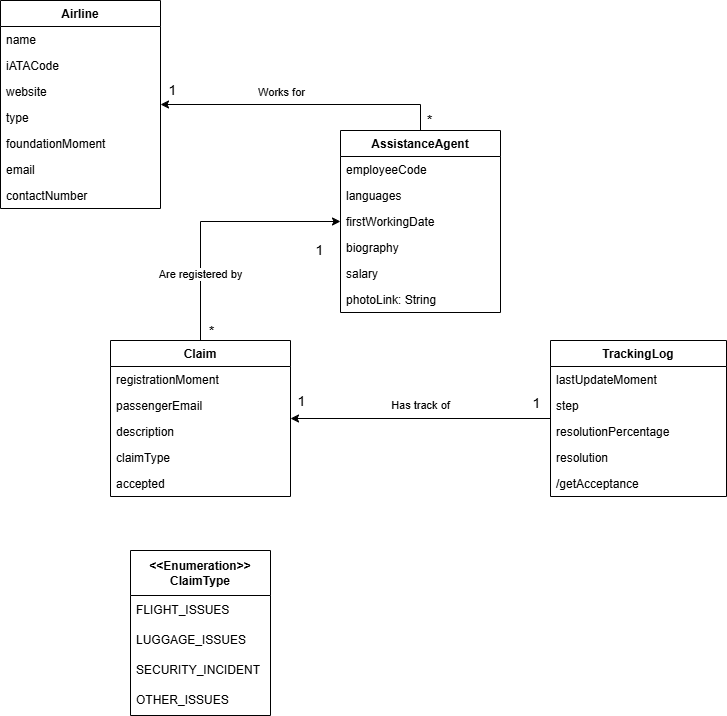
Above: reports/Student #4/D02/ACME UML Studen #4.png in FranciscoFernandezN/Acme-ANS (draw.io), before the change. Source tidied: cells renumbered, new cells last; positions are measured from the earlier drawing's top-left corner, leaving out a move shared by most shapes. The source it was exported from:
```xml
<mxGraphModel>
  <root>
    <mxCell id="0" />
    <mxCell id="1" parent="0" />
    <mxCell id="2" style="edgeStyle=orthogonalEdgeStyle;rounded=0;jettySize=auto;html=1;exitX=0.5;exitY=0;exitDx=0;exitDy=0;" parent="1" edge="1" source="10" target="38">
      <mxGeometry relative="1" as="geometry" />
    </mxCell>
    <mxCell id="3" value="&lt;font style=&quot;font-size: 14px;&quot;&gt;*&lt;/font&gt;" style="edgeLabel;html=1;align=center;verticalAlign=middle;" parent="2" vertex="1">
      <mxGeometry x="-0.92" y="-1" relative="1" as="geometry">
        <mxPoint x="7" y="1" as="offset" />
      </mxGeometry>
    </mxCell>
    <mxCell id="4" value="&lt;font style=&quot;font-size: 14px;&quot;&gt;1&lt;/font&gt;" style="edgeLabel;html=1;align=center;verticalAlign=middle;" parent="2" vertex="1">
      <mxGeometry x="0.92" y="1" relative="1" as="geometry">
        <mxPoint y="-16" as="offset" />
      </mxGeometry>
    </mxCell>
    <mxCell id="5" value="&lt;font style=&quot;font-size: 14px;&quot;&gt;*&lt;/font&gt;" style="edgeLabel;html=1;align=center;verticalAlign=middle;" parent="2" vertex="1">
      <mxGeometry x="-0.92" y="-1" relative="1" as="geometry">
        <mxPoint x="-211" y="212" as="offset" />
      </mxGeometry>
    </mxCell>
    <mxCell id="6" value="&lt;font style=&quot;font-size: 14px;&quot;&gt;1&lt;/font&gt;" style="edgeLabel;html=1;align=center;verticalAlign=middle;" parent="2" vertex="1">
      <mxGeometry x="0.92" y="1" relative="1" as="geometry">
        <mxPoint x="147" y="144" as="offset" />
      </mxGeometry>
    </mxCell>
    <mxCell id="7" value="&lt;font style=&quot;font-size: 14px;&quot;&gt;1&lt;/font&gt;" style="edgeLabel;html=1;align=center;verticalAlign=middle;" parent="2" vertex="1">
      <mxGeometry x="0.92" y="1" relative="1" as="geometry">
        <mxPoint x="129" y="295" as="offset" />
      </mxGeometry>
    </mxCell>
    <mxCell id="8" value="&lt;font style=&quot;font-size: 14px;&quot;&gt;1&lt;/font&gt;" style="edgeLabel;html=1;align=center;verticalAlign=middle;" parent="2" vertex="1">
      <mxGeometry x="0.92" y="1" relative="1" as="geometry">
        <mxPoint x="364" y="297" as="offset" />
      </mxGeometry>
    </mxCell>
    <mxCell id="9" value="Works for" style="edgeLabel;html=1;align=center;verticalAlign=middle;" parent="2" vertex="1">
      <mxGeometry x="0.2" relative="1" as="geometry">
        <mxPoint x="5" y="-13" as="offset" />
      </mxGeometry>
    </mxCell>
    <mxCell id="10" value="AssistanceAgent" style="swimlane;fontStyle=1;align=center;verticalAlign=top;horizontal=1;startSize=26;rounded=0;shadow=0;strokeWidth=1;fillColor=none;" parent="1" vertex="1">
      <mxGeometry x="340" y="130" width="160" height="182" as="geometry" />
    </mxCell>
    <mxCell id="11" value="employeeCode" style="text;align=left;verticalAlign=top;spacingLeft=4;spacingRight=4;overflow=hidden;fillColor=none;fontStyle=0;" parent="10" vertex="1">
      <mxGeometry y="26" width="160" height="26" as="geometry" />
    </mxCell>
    <mxCell id="12" value="languages" style="text;align=left;verticalAlign=top;spacingLeft=4;spacingRight=4;overflow=hidden;rounded=0;shadow=0;html=0;fillColor=none;fontStyle=0;" parent="10" vertex="1">
      <mxGeometry y="52" width="160" height="26" as="geometry" />
    </mxCell>
    <mxCell id="13" value="firstWorkingDate" style="text;align=left;verticalAlign=top;spacingLeft=4;spacingRight=4;overflow=hidden;points=[[0,0.5],[1,0.5]];portConstraint=eastwest;rounded=0;shadow=0;html=0;fillColor=none;" parent="10" vertex="1">
      <mxGeometry y="78" width="160" height="26" as="geometry" />
    </mxCell>
    <mxCell id="14" value="biography" style="text;align=left;verticalAlign=top;spacingLeft=4;spacingRight=4;overflow=hidden;rounded=0;shadow=0;html=0;fillColor=none;" parent="10" vertex="1">
      <mxGeometry y="104" width="160" height="26" as="geometry" />
    </mxCell>
    <mxCell id="15" value="salary" style="text;align=left;verticalAlign=top;spacingLeft=4;spacingRight=4;overflow=hidden;rounded=0;shadow=0;html=0;fillColor=none;" parent="10" vertex="1">
      <mxGeometry y="130" width="160" height="26" as="geometry" />
    </mxCell>
    <mxCell id="16" value="photoLink: String" style="text;align=left;verticalAlign=top;spacingLeft=4;spacingRight=4;overflow=hidden;rounded=0;shadow=0;html=0;fillColor=none;" parent="10" vertex="1">
      <mxGeometry y="156" width="160" height="26" as="geometry" />
    </mxCell>
    <mxCell id="17" style="edgeStyle=orthogonalEdgeStyle;rounded=0;jettySize=auto;html=1;exitX=0.5;exitY=0;exitDx=0;exitDy=0;entryX=0;entryY=0.5;entryDx=0;entryDy=0;" parent="1" edge="1" source="19" target="13">
      <mxGeometry relative="1" as="geometry" />
    </mxCell>
    <mxCell id="18" value="Are registered by" style="edgeLabel;html=1;align=center;verticalAlign=middle;" parent="17" vertex="1">
      <mxGeometry x="-0.48" y="1" relative="1" as="geometry" />
    </mxCell>
    <mxCell id="19" value="Claim" style="swimlane;fontStyle=1;align=center;verticalAlign=top;horizontal=1;startSize=26;rounded=0;shadow=0;strokeWidth=1;fillColor=none;" parent="1" vertex="1">
      <mxGeometry x="110" y="340" width="180" height="156" as="geometry" />
    </mxCell>
    <mxCell id="20" value="registrationMoment" style="text;align=left;verticalAlign=top;spacingLeft=4;spacingRight=4;overflow=hidden;rounded=0;shadow=0;html=0;fillColor=none;fontStyle=0;" parent="19" vertex="1">
      <mxGeometry y="26" width="180" height="26" as="geometry" />
    </mxCell>
    <mxCell id="21" value="passengerEmail" style="text;align=left;verticalAlign=top;spacingLeft=4;spacingRight=4;overflow=hidden;rounded=0;shadow=0;html=0;fillColor=none;" parent="19" vertex="1">
      <mxGeometry y="52" width="180" height="26" as="geometry" />
    </mxCell>
    <mxCell id="22" value="description" style="text;align=left;verticalAlign=top;spacingLeft=4;spacingRight=4;overflow=hidden;rounded=0;shadow=0;html=0;fillColor=none;fontStyle=0;" parent="19" vertex="1">
      <mxGeometry y="78" width="180" height="26" as="geometry" />
    </mxCell>
    <mxCell id="23" value="claimType" style="text;align=left;verticalAlign=top;spacingLeft=4;spacingRight=4;overflow=hidden;rounded=0;shadow=0;html=0;fillColor=none;" parent="19" vertex="1">
      <mxGeometry y="104" width="180" height="26" as="geometry" />
    </mxCell>
    <mxCell id="24" value="accepted" style="text;align=left;verticalAlign=top;spacingLeft=4;spacingRight=4;overflow=hidden;rounded=0;shadow=0;html=0;fillColor=none;" parent="19" vertex="1">
      <mxGeometry y="130" width="180" height="26" as="geometry" />
    </mxCell>
    <mxCell id="25" style="edgeStyle=orthogonalEdgeStyle;rounded=0;jettySize=auto;html=1;exitX=0;exitY=0.5;exitDx=0;exitDy=0;entryX=1;entryY=0.5;entryDx=0;entryDy=0;" parent="1" edge="1" source="27" target="19">
      <mxGeometry relative="1" as="geometry" />
    </mxCell>
    <mxCell id="26" value="Has track of" style="edgeLabel;html=1;align=center;verticalAlign=middle;" parent="25" vertex="1">
      <mxGeometry y="-2" relative="1" as="geometry">
        <mxPoint y="-12" as="offset" />
      </mxGeometry>
    </mxCell>
    <mxCell id="27" value="TrackingLog" style="swimlane;fontStyle=1;align=center;verticalAlign=top;horizontal=1;startSize=26;rounded=0;shadow=0;strokeWidth=1;fillColor=none;" parent="1" vertex="1">
      <mxGeometry x="550" y="340" width="176" height="156" as="geometry" />
    </mxCell>
    <mxCell id="28" value="lastUpdateMoment" style="text;align=left;verticalAlign=top;spacingLeft=4;spacingRight=4;overflow=hidden;rounded=0;shadow=0;html=0;fillColor=none;fontStyle=0;" parent="27" vertex="1">
      <mxGeometry y="26" width="176" height="26" as="geometry" />
    </mxCell>
    <mxCell id="29" value="step" style="text;align=left;verticalAlign=top;spacingLeft=4;spacingRight=4;overflow=hidden;rounded=0;shadow=0;html=0;fillColor=none;fontStyle=0;" parent="27" vertex="1">
      <mxGeometry y="52" width="176" height="26" as="geometry" />
    </mxCell>
    <mxCell id="30" value="resolutionPercentage" style="text;align=left;verticalAlign=top;spacingLeft=4;spacingRight=4;overflow=hidden;rounded=0;shadow=0;html=0;fillColor=none;" parent="27" vertex="1">
      <mxGeometry y="78" width="176" height="26" as="geometry" />
    </mxCell>
    <mxCell id="31" value="resolution" style="text;align=left;verticalAlign=top;spacingLeft=4;spacingRight=4;overflow=hidden;rounded=0;shadow=0;html=0;fillColor=none;fontStyle=0;" parent="27" vertex="1">
      <mxGeometry y="104" width="176" height="26" as="geometry" />
    </mxCell>
    <mxCell id="32" value="/getAcceptance" style="text;align=left;verticalAlign=top;spacingLeft=4;spacingRight=4;overflow=hidden;rounded=0;shadow=0;html=0;fillColor=none;" parent="27" vertex="1">
      <mxGeometry y="130" width="176" height="26" as="geometry" />
    </mxCell>
    <mxCell id="33" value="&lt;div&gt;&lt;b&gt;&amp;lt;&amp;lt;Enumeration&amp;gt;&amp;gt;&lt;/b&gt;&lt;/div&gt;&lt;b&gt;ClaimType&lt;/b&gt;" style="swimlane;fontStyle=0;horizontal=1;startSize=45;whiteSpace=wrap;html=1;" parent="1" vertex="1">
      <mxGeometry x="130" y="550" width="140" height="165" as="geometry" />
    </mxCell>
    <mxCell id="34" value="FLIGHT_ISSUES" style="text;strokeColor=none;fillColor=none;align=left;verticalAlign=middle;spacingLeft=4;spacingRight=4;overflow=hidden;whiteSpace=wrap;html=1;" parent="33" vertex="1">
      <mxGeometry y="45" width="140" height="30" as="geometry" />
    </mxCell>
    <mxCell id="35" value="LUGGAGE_ISSUES" style="text;strokeColor=none;fillColor=none;align=left;verticalAlign=middle;spacingLeft=4;spacingRight=4;overflow=hidden;whiteSpace=wrap;html=1;" parent="33" vertex="1">
      <mxGeometry y="75" width="140" height="30" as="geometry" />
    </mxCell>
    <mxCell id="36" value="SECURITY_INCIDENT" style="text;strokeColor=none;fillColor=none;align=left;verticalAlign=middle;spacingLeft=4;spacingRight=4;overflow=hidden;whiteSpace=wrap;html=1;" parent="33" vertex="1">
      <mxGeometry y="105" width="140" height="30" as="geometry" />
    </mxCell>
    <mxCell id="37" value="OTHER_ISSUES" style="text;strokeColor=none;fillColor=none;align=left;verticalAlign=middle;spacingLeft=4;spacingRight=4;overflow=hidden;whiteSpace=wrap;html=1;" parent="33" vertex="1">
      <mxGeometry y="135" width="140" height="30" as="geometry" />
    </mxCell>
    <mxCell id="38" value="Airline" style="swimlane;fontStyle=1;align=center;verticalAlign=top;horizontal=1;startSize=26;rounded=0;shadow=0;strokeWidth=1;fillColor=none;" parent="1" vertex="1">
      <mxGeometry width="160" height="208" as="geometry" />
    </mxCell>
    <mxCell id="39" value="name" style="text;align=left;verticalAlign=top;spacingLeft=4;spacingRight=4;overflow=hidden;fillColor=none;fontStyle=0;" parent="38" vertex="1">
      <mxGeometry y="26" width="160" height="26" as="geometry" />
    </mxCell>
    <mxCell id="40" value="iATACode" style="text;align=left;verticalAlign=top;spacingLeft=4;spacingRight=4;overflow=hidden;rounded=0;shadow=0;html=0;fillColor=none;fontStyle=0;" parent="38" vertex="1">
      <mxGeometry y="52" width="160" height="26" as="geometry" />
    </mxCell>
    <mxCell id="41" value="website" style="text;align=left;verticalAlign=top;spacingLeft=4;spacingRight=4;overflow=hidden;rounded=0;shadow=0;html=0;fillColor=none;" parent="38" vertex="1">
      <mxGeometry y="78" width="160" height="26" as="geometry" />
    </mxCell>
    <mxCell id="42" value="type" style="text;align=left;verticalAlign=top;spacingLeft=4;spacingRight=4;overflow=hidden;rounded=0;shadow=0;html=0;fillColor=none;" parent="38" vertex="1">
      <mxGeometry y="104" width="160" height="26" as="geometry" />
    </mxCell>
    <mxCell id="43" value="foundationMoment" style="text;align=left;verticalAlign=top;spacingLeft=4;spacingRight=4;overflow=hidden;rounded=0;shadow=0;html=0;fillColor=none;" parent="38" vertex="1">
      <mxGeometry y="130" width="160" height="26" as="geometry" />
    </mxCell>
    <mxCell id="44" value="email" style="text;align=left;verticalAlign=top;spacingLeft=4;spacingRight=4;overflow=hidden;rounded=0;shadow=0;html=0;fillColor=none;" parent="38" vertex="1">
      <mxGeometry y="156" width="160" height="26" as="geometry" />
    </mxCell>
    <mxCell id="45" value="contactNumber" style="text;align=left;verticalAlign=top;spacingLeft=4;spacingRight=4;overflow=hidden;rounded=0;shadow=0;html=0;fillColor=none;" parent="38" vertex="1">
      <mxGeometry y="182" width="160" height="26" as="geometry" />
    </mxCell>
  </root>
</mxGraphModel>
```
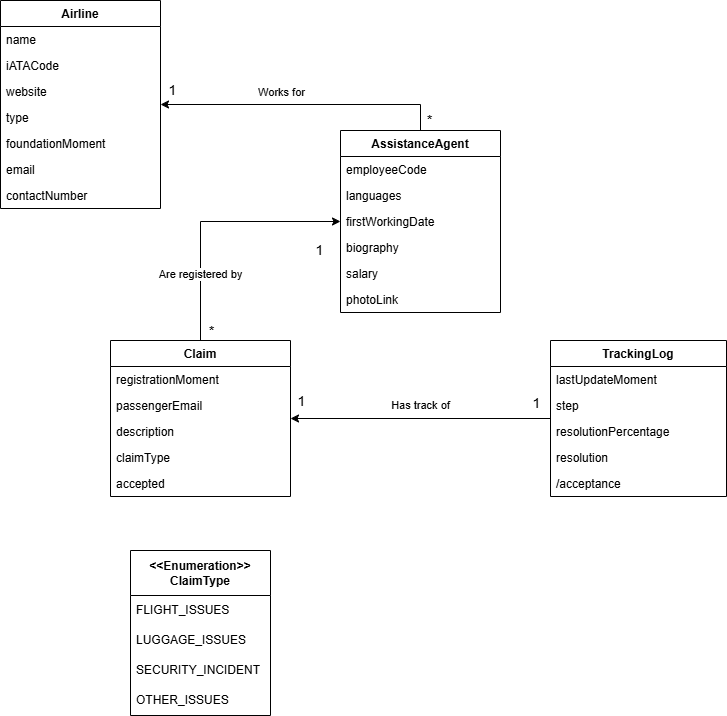
The same diagram one commit later.

Commit message:
fix: Quitado :Strimg y cambiado el nombre del atributo derivado

The edit, as a diff of the source:
```diff
@@ -58,7 +58,7 @@
     <mxCell id="15" value="salary" style="text;align=left;verticalAlign=top;spacingLeft=4;spacingRight=4;overflow=hidden;rounded=0;shadow=0;html=0;fillColor=none;" parent="10" vertex="1">
       <mxGeometry y="130" width="160" height="26" as="geometry" />
     </mxCell>
-    <mxCell id="16" value="photoLink: String" style="text;align=left;verticalAlign=top;spacingLeft=4;spacingRight=4;overflow=hidden;rounded=0;shadow=0;html=0;fillColor=none;" parent="10" vertex="1">
+    <mxCell id="16" value="photoLink" style="text;align=left;verticalAlign=top;spacingLeft=4;spacingRight=4;overflow=hidden;rounded=0;shadow=0;html=0;fillColor=none;" parent="10" vertex="1">
       <mxGeometry y="156" width="160" height="26" as="geometry" />
     </mxCell>
     <mxCell id="17" style="edgeStyle=orthogonalEdgeStyle;rounded=0;jettySize=auto;html=1;exitX=0.5;exitY=0;exitDx=0;exitDy=0;entryX=0;entryY=0.5;entryDx=0;entryDy=0;" parent="1" edge="1" source="19" target="13">
@@ -108,7 +108,7 @@
     <mxCell id="31" value="resolution" style="text;align=left;verticalAlign=top;spacingLeft=4;spacingRight=4;overflow=hidden;rounded=0;shadow=0;html=0;fillColor=none;fontStyle=0;" parent="27" vertex="1">
       <mxGeometry y="104" width="176" height="26" as="geometry" />
     </mxCell>
-    <mxCell id="32" value="/getAcceptance" style="text;align=left;verticalAlign=top;spacingLeft=4;spacingRight=4;overflow=hidden;rounded=0;shadow=0;html=0;fillColor=none;" parent="27" vertex="1">
+    <mxCell id="32" value="/acceptance" style="text;align=left;verticalAlign=top;spacingLeft=4;spacingRight=4;overflow=hidden;rounded=0;shadow=0;html=0;fillColor=none;" parent="27" vertex="1">
       <mxGeometry y="130" width="176" height="26" as="geometry" />
     </mxCell>
     <mxCell id="33" value="&lt;div&gt;&lt;b&gt;&amp;lt;&amp;lt;Enumeration&amp;gt;&amp;gt;&lt;/b&gt;&lt;/div&gt;&lt;b&gt;ClaimType&lt;/b&gt;" style="swimlane;fontStyle=0;horizontal=1;startSize=45;whiteSpace=wrap;html=1;" parent="1" vertex="1">
```
